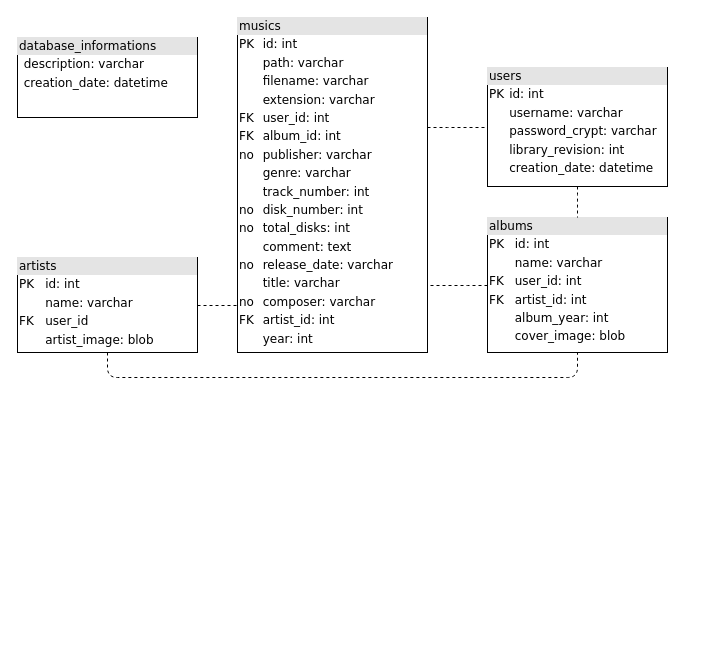
Before: diagrams/Database_structure.drawio in MUSIC-Ecosystem-Team/MUSIC-server, a draw.io diagram. Source tidied: cells renumbered, new cells numbered last; positions are measured from the earlier drawing's top-left corner, leaving out a move shared by most shapes. Both pictures are drawn from the tidied source at 100%, with x=0, y=0 at pixel (17, 17).
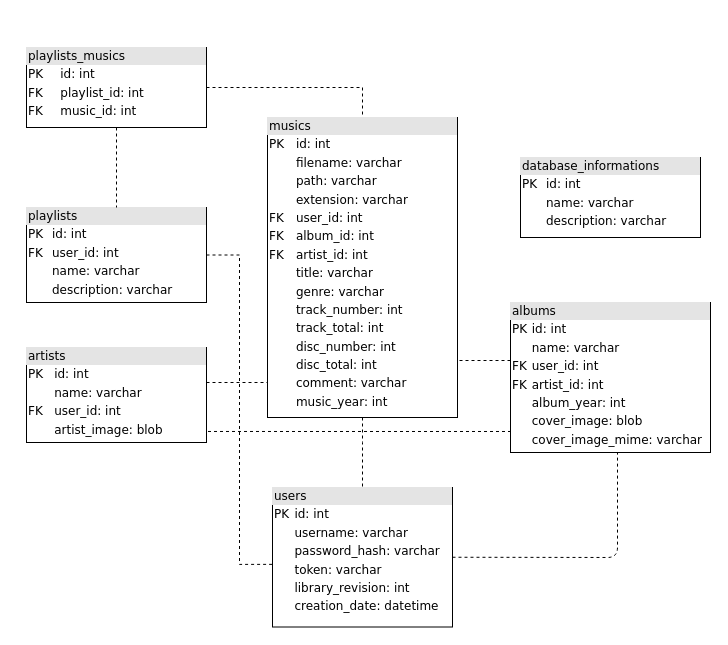
Above is the later version.

Commit message (it also covers changes not shown here):
updated database diagram

The edit, as a diff of the source:
```diff
@@
-    <mxCell id="2" value="&lt;div style=&quot;box-sizing: border-box ; width: 100% ; background: #e4e4e4 ; padding: 2px&quot;&gt;users&lt;/div&gt;&lt;table style=&quot;width: 100% ; font-size: 1em&quot; cellpadding=&quot;2&quot; cellspacing=&quot;0&quot;&gt;&lt;tbody&gt;&lt;tr&gt;&lt;td&gt;PK&lt;/td&gt;&lt;td&gt;id: int&lt;/td&gt;&lt;/tr&gt;&lt;tr&gt;&lt;td&gt;&lt;br&gt;&lt;/td&gt;&lt;td&gt;username: varchar&lt;/td&gt;&lt;/tr&gt;&lt;tr&gt;&lt;td&gt;&lt;/td&gt;&lt;td&gt;password_crypt: varchar&lt;/td&gt;&lt;/tr&gt;&lt;tr&gt;&lt;td&gt;&lt;br&gt;&lt;/td&gt;&lt;td&gt;library_revision: int&lt;/td&gt;&lt;/tr&gt;&lt;tr&gt;&lt;td&gt;&lt;br&gt;&lt;/td&gt;&lt;td&gt;creation_date: datetime&lt;/td&gt;&lt;/tr&gt;&lt;/tbody&gt;&lt;/table&gt;" style="verticalAlign=top;align=left;overflow=fill;html=1;rounded=0;shadow=0;comic=0;labelBackgroundColor=none;strokeWidth=1;fontFamily=Verdana;fontSize=12;" parent="1" vertex="1">
-      <mxGeometry x="470" y="50" width="180" height="119" as="geometry" />
+    <mxCell id="2" value="&lt;div style=&quot;box-sizing: border-box ; width: 100% ; background: #e4e4e4 ; padding: 2px&quot;&gt;users&lt;/div&gt;&lt;table style=&quot;width: 100% ; font-size: 1em&quot; cellpadding=&quot;2&quot; cellspacing=&quot;0&quot;&gt;&lt;tbody&gt;&lt;tr&gt;&lt;td&gt;PK&lt;/td&gt;&lt;td&gt;id: int&lt;/td&gt;&lt;/tr&gt;&lt;tr&gt;&lt;td&gt;&lt;br&gt;&lt;/td&gt;&lt;td&gt;username: varchar&lt;/td&gt;&lt;/tr&gt;&lt;tr&gt;&lt;td&gt;&lt;/td&gt;&lt;td&gt;password_hash: varchar&lt;br&gt;&lt;/td&gt;&lt;/tr&gt;&lt;tr&gt;&lt;td&gt;&lt;br&gt;&lt;/td&gt;&lt;td&gt;token: varchar&lt;/td&gt;&lt;/tr&gt;&lt;tr&gt;&lt;td&gt;&lt;br&gt;&lt;/td&gt;&lt;td&gt;library_revision: int&lt;/td&gt;&lt;/tr&gt;&lt;tr&gt;&lt;td&gt;&lt;br&gt;&lt;/td&gt;&lt;td&gt;creation_date: datetime&lt;/td&gt;&lt;/tr&gt;&lt;/tbody&gt;&lt;/table&gt;" style="verticalAlign=top;align=left;overflow=fill;html=1;rounded=0;shadow=0;comic=0;labelBackgroundColor=none;strokeWidth=1;fontFamily=Verdana;fontSize=12;" parent="1" vertex="1">
+      <mxGeometry x="255" y="470" width="180" height="139.5" as="geometry" />
     </mxCell>
-    <mxCell id="3" value="&lt;div style=&quot;box-sizing: border-box ; width: 100% ; background: #e4e4e4 ; padding: 2px&quot;&gt;musics&lt;/div&gt;&lt;table style=&quot;width: 100% ; font-size: 1em&quot; cellpadding=&quot;2&quot; cellspacing=&quot;0&quot;&gt;&lt;tbody&gt;&lt;tr&gt;&lt;td&gt;PK&lt;/td&gt;&lt;td&gt;id: int&lt;/td&gt;&lt;/tr&gt;&lt;tr&gt;&lt;td&gt;&lt;br&gt;&lt;/td&gt;&lt;td&gt;path: varchar&lt;/td&gt;&lt;/tr&gt;&lt;tr&gt;&lt;td&gt;&lt;br&gt;&lt;/td&gt;&lt;td&gt;filename: varchar&lt;/td&gt;&lt;/tr&gt;&lt;tr&gt;&lt;td&gt;&lt;br&gt;&lt;/td&gt;&lt;td&gt;extension: varchar&lt;/td&gt;&lt;/tr&gt;&lt;tr&gt;&lt;td&gt;FK&lt;/td&gt;&lt;td&gt;user_id: int&lt;/td&gt;&lt;/tr&gt;&lt;tr&gt;&lt;td&gt;FK&lt;/td&gt;&lt;td&gt;album_id: int&lt;br&gt;&lt;/td&gt;&lt;/tr&gt;&lt;tr&gt;&lt;td&gt;no&lt;/td&gt;&lt;td&gt;publisher: varchar&lt;br&gt;&lt;/td&gt;&lt;/tr&gt;&lt;tr&gt;&lt;td&gt;&lt;br&gt;&lt;/td&gt;&lt;td&gt;genre: varchar&lt;br&gt;&lt;/td&gt;&lt;/tr&gt;&lt;tr&gt;&lt;td&gt;&lt;br&gt;&lt;/td&gt;&lt;td&gt;track_number: int&lt;br&gt;&lt;/td&gt;&lt;/tr&gt;&lt;tr&gt;&lt;td&gt;no&lt;/td&gt;&lt;td&gt;disk_number: int&lt;/td&gt;&lt;/tr&gt;&lt;tr&gt;&lt;td&gt;no&lt;/td&gt;&lt;td&gt;total_disks: int&lt;br&gt;&lt;/td&gt;&lt;/tr&gt;&lt;tr&gt;&lt;td&gt;&lt;br&gt;&lt;/td&gt;&lt;td&gt;comment: text&lt;/td&gt;&lt;/tr&gt;&lt;tr&gt;&lt;td&gt;no&lt;/td&gt;&lt;td&gt;release_date: varchar&lt;/td&gt;&lt;/tr&gt;&lt;tr&gt;&lt;td&gt;&lt;br&gt;&lt;/td&gt;&lt;td&gt;title: varchar&lt;br&gt;&lt;/td&gt;&lt;/tr&gt;&lt;tr&gt;&lt;td&gt;no&lt;/td&gt;&lt;td&gt;composer: varchar&lt;/td&gt;&lt;/tr&gt;&lt;tr&gt;&lt;td&gt;FK&lt;/td&gt;&lt;td&gt;artist_id: int&lt;/td&gt;&lt;/tr&gt;&lt;tr&gt;&lt;td&gt;&lt;br&gt;&lt;/td&gt;&lt;td&gt;year: int&lt;/td&gt;&lt;/tr&gt;&lt;/tbody&gt;&lt;/table&gt;" style="verticalAlign=top;align=left;overflow=fill;html=1;rounded=0;shadow=0;comic=0;labelBackgroundColor=none;strokeWidth=1;fontFamily=Verdana;fontSize=12;" parent="1" vertex="1">
-      <mxGeometry x="220" width="190" height="335" as="geometry" />
+    <mxCell id="3" value="&lt;div style=&quot;box-sizing: border-box ; width: 100% ; background: #e4e4e4 ; padding: 2px&quot;&gt;musics&lt;/div&gt;&lt;table style=&quot;width: 100% ; font-size: 1em&quot; cellpadding=&quot;2&quot; cellspacing=&quot;0&quot;&gt;&lt;tbody&gt;&lt;tr&gt;&lt;td&gt;PK&lt;/td&gt;&lt;td&gt;id: int&lt;/td&gt;&lt;/tr&gt;&lt;tr&gt;&lt;td&gt;&lt;br&gt;&lt;/td&gt;&lt;td&gt;filename: varchar&lt;/td&gt;&lt;/tr&gt;&lt;tr&gt;&lt;td&gt;&lt;br&gt;&lt;/td&gt;&lt;td&gt;path: varchar&lt;/td&gt;&lt;/tr&gt;&lt;tr&gt;&lt;td&gt;&lt;br&gt;&lt;/td&gt;&lt;td&gt;extension: varchar&lt;/td&gt;&lt;/tr&gt;&lt;tr&gt;&lt;td&gt;FK&lt;/td&gt;&lt;td&gt;user_id: int&lt;/td&gt;&lt;/tr&gt;&lt;tr&gt;&lt;td&gt;FK&lt;/td&gt;&lt;td&gt;album_id: int&lt;br&gt;&lt;/td&gt;&lt;/tr&gt;&lt;tr&gt;&lt;td&gt;FK&lt;/td&gt;&lt;td&gt;artist_id: int&lt;br&gt;&lt;/td&gt;&lt;/tr&gt;&lt;tr&gt;&lt;td&gt;&lt;br&gt;&lt;/td&gt;&lt;td&gt;title: varchar&lt;br&gt;&lt;/td&gt;&lt;/tr&gt;&lt;tr&gt;&lt;td&gt;&lt;br&gt;&lt;/td&gt;&lt;td&gt;genre: varchar&lt;br&gt;&lt;/td&gt;&lt;/tr&gt;&lt;tr&gt;&lt;td&gt;&lt;br&gt;&lt;/td&gt;&lt;td&gt;track_number: int&lt;/td&gt;&lt;/tr&gt;&lt;tr&gt;&lt;td&gt;&lt;br&gt;&lt;/td&gt;&lt;td&gt;track_total: int&lt;br&gt;&lt;/td&gt;&lt;/tr&gt;&lt;tr&gt;&lt;td&gt;&lt;br&gt;&lt;/td&gt;&lt;td&gt;disc_number: int&lt;/td&gt;&lt;/tr&gt;&lt;tr&gt;&lt;td&gt;&lt;br&gt;&lt;/td&gt;&lt;td&gt;disc_total: int&lt;/td&gt;&lt;/tr&gt;&lt;tr&gt;&lt;td&gt;&lt;br&gt;&lt;/td&gt;&lt;td&gt;comment: varchar&lt;/td&gt;&lt;/tr&gt;&lt;tr&gt;&lt;td&gt;&lt;br&gt;&lt;/td&gt;&lt;td&gt;music_year: int&lt;/td&gt;&lt;/tr&gt;&lt;tr&gt;&lt;td&gt;&lt;/td&gt;&lt;td&gt;&lt;br&gt;&lt;/td&gt;&lt;/tr&gt;&lt;/tbody&gt;&lt;/table&gt;" style="verticalAlign=top;align=left;overflow=fill;html=1;rounded=0;shadow=0;comic=0;labelBackgroundColor=none;strokeWidth=1;fontFamily=Verdana;fontSize=12;" parent="1" vertex="1">
+      <mxGeometry x="250" y="100" width="190" height="300" as="geometry" />
     </mxCell>
+    <mxCell id="12" style="edgeStyle=orthogonalEdgeStyle;rounded=0;jettySize=auto;html=1;exitX=0;exitY=0.75;exitDx=0;exitDy=0;entryX=1;entryY=0.884;entryDx=0;entryDy=0;entryPerimeter=0;dashed=1;endArrow=none;endFill=0;" parent="1" edge="1" source="4" target="8">
+      <mxGeometry relative="1" as="geometry">
+        <Array as="points">
+          <mxPoint x="500" y="414" />
+        </Array>
+      </mxGeometry>
+    </mxCell>
-    <mxCell id="4" value="&lt;div style=&quot;box-sizing: border-box ; width: 100% ; background: #e4e4e4 ; padding: 2px&quot;&gt;albums&lt;/div&gt;&lt;table style=&quot;width: 100% ; font-size: 1em&quot; cellpadding=&quot;2&quot; cellspacing=&quot;0&quot;&gt;&lt;tbody&gt;&lt;tr&gt;&lt;td&gt;PK&lt;/td&gt;&lt;td&gt;id: int&lt;/td&gt;&lt;/tr&gt;&lt;tr&gt;&lt;td&gt;&lt;br&gt;&lt;/td&gt;&lt;td&gt;name: varchar&lt;/td&gt;&lt;/tr&gt;&lt;tr&gt;&lt;td&gt;FK&lt;/td&gt;&lt;td&gt;user_id: int&lt;/td&gt;&lt;/tr&gt;&lt;tr&gt;&lt;td&gt;FK&lt;/td&gt;&lt;td&gt;artist_id: int&lt;/td&gt;&lt;/tr&gt;&lt;tr&gt;&lt;td&gt;&lt;br&gt;&lt;/td&gt;&lt;td&gt;album_year: int&lt;/td&gt;&lt;/tr&gt;&lt;tr&gt;&lt;td&gt;&lt;br&gt;&lt;/td&gt;&lt;td&gt;cover_image: blob&lt;/td&gt;&lt;/tr&gt;&lt;/tbody&gt;&lt;/table&gt;" style="verticalAlign=top;align=left;overflow=fill;html=1;rounded=0;shadow=0;comic=0;labelBackgroundColor=none;strokeWidth=1;fontFamily=Verdana;fontSize=12;" parent="1" vertex="1">
-      <mxGeometry x="470" y="200" width="180" height="135" as="geometry" />
+    <mxCell id="4" value="&lt;div style=&quot;box-sizing: border-box ; width: 100% ; background: #e4e4e4 ; padding: 2px&quot;&gt;albums&lt;/div&gt;&lt;table style=&quot;width: 100% ; font-size: 1em&quot; cellpadding=&quot;2&quot; cellspacing=&quot;0&quot;&gt;&lt;tbody&gt;&lt;tr&gt;&lt;td&gt;PK&lt;/td&gt;&lt;td&gt;id: int&lt;/td&gt;&lt;/tr&gt;&lt;tr&gt;&lt;td&gt;&lt;br&gt;&lt;/td&gt;&lt;td&gt;name: varchar&lt;/td&gt;&lt;/tr&gt;&lt;tr&gt;&lt;td&gt;FK&lt;/td&gt;&lt;td&gt;user_id: int&lt;/td&gt;&lt;/tr&gt;&lt;tr&gt;&lt;td&gt;FK&lt;/td&gt;&lt;td&gt;artist_id: int&lt;/td&gt;&lt;/tr&gt;&lt;tr&gt;&lt;td&gt;&lt;br&gt;&lt;/td&gt;&lt;td&gt;album_year: int&lt;/td&gt;&lt;/tr&gt;&lt;tr&gt;&lt;td&gt;&lt;br&gt;&lt;/td&gt;&lt;td&gt;cover_image: blob&lt;/td&gt;&lt;/tr&gt;&lt;tr&gt;&lt;td&gt;&lt;br&gt;&lt;/td&gt;&lt;td&gt;cover_image_mime: varchar&lt;/td&gt;&lt;/tr&gt;&lt;/tbody&gt;&lt;/table&gt;" style="verticalAlign=top;align=left;overflow=fill;html=1;rounded=0;shadow=0;comic=0;labelBackgroundColor=none;strokeWidth=1;fontFamily=Verdana;fontSize=12;" parent="1" vertex="1">
+      <mxGeometry x="493" y="285" width="200" height="150" as="geometry" />
     </mxCell>
@@
-    <mxCell id="7" value="&lt;div style=&quot;box-sizing: border-box ; width: 100% ; background: #e4e4e4 ; padding: 2px&quot;&gt;database_informations&lt;/div&gt;&lt;table style=&quot;width: 100% ; font-size: 1em&quot; cellpadding=&quot;2&quot; cellspacing=&quot;0&quot;&gt;&lt;tbody&gt;&lt;tr&gt;&lt;td&gt;&lt;br&gt;&lt;/td&gt;&lt;td&gt;description: varchar&lt;/td&gt;&lt;/tr&gt;&lt;tr&gt;&lt;td&gt;&lt;br&gt;&lt;/td&gt;&lt;td&gt;creation_date: datetime&lt;/td&gt;&lt;/tr&gt;&lt;/tbody&gt;&lt;/table&gt;" style="verticalAlign=top;align=left;overflow=fill;html=1;rounded=0;shadow=0;comic=0;labelBackgroundColor=none;strokeWidth=1;fontFamily=Verdana;fontSize=12;" parent="1" vertex="1">
-      <mxGeometry y="20" width="180" height="80" as="geometry" />
-    </mxCell>
-    <mxCell id="8" value="&lt;div style=&quot;box-sizing: border-box ; width: 100% ; background: #e4e4e4 ; padding: 2px&quot;&gt;artists&lt;/div&gt;&lt;table style=&quot;width: 100% ; font-size: 1em&quot; cellpadding=&quot;2&quot; cellspacing=&quot;0&quot;&gt;&lt;tbody&gt;&lt;tr&gt;&lt;td&gt;PK&lt;/td&gt;&lt;td&gt;id: int&lt;/td&gt;&lt;/tr&gt;&lt;tr&gt;&lt;td&gt;&lt;br&gt;&lt;/td&gt;&lt;td&gt;name: varchar&lt;br&gt;&lt;/td&gt;&lt;/tr&gt;&lt;tr&gt;&lt;td&gt;FK&lt;/td&gt;&lt;td&gt;user_id&lt;/td&gt;&lt;/tr&gt;&lt;tr&gt;&lt;td&gt;&lt;br&gt;&lt;/td&gt;&lt;td&gt;artist_image: blob&lt;/td&gt;&lt;/tr&gt;&lt;/tbody&gt;&lt;/table&gt;" style="verticalAlign=top;align=left;overflow=fill;html=1;rounded=0;shadow=0;comic=0;labelBackgroundColor=none;strokeWidth=1;fontFamily=Verdana;fontSize=12;" parent="1" vertex="1">
-      <mxGeometry y="240" width="180" height="95" as="geometry" />
+    <mxCell id="8" value="&lt;div style=&quot;box-sizing: border-box ; width: 100% ; background: #e4e4e4 ; padding: 2px&quot;&gt;artists&lt;/div&gt;&lt;table style=&quot;width: 100% ; font-size: 1em&quot; cellpadding=&quot;2&quot; cellspacing=&quot;0&quot;&gt;&lt;tbody&gt;&lt;tr&gt;&lt;td&gt;PK&lt;/td&gt;&lt;td&gt;id: int&lt;/td&gt;&lt;/tr&gt;&lt;tr&gt;&lt;td&gt;&lt;br&gt;&lt;/td&gt;&lt;td&gt;name: varchar&lt;br&gt;&lt;/td&gt;&lt;/tr&gt;&lt;tr&gt;&lt;td&gt;FK&lt;/td&gt;&lt;td&gt;user_id: int&lt;/td&gt;&lt;/tr&gt;&lt;tr&gt;&lt;td&gt;&lt;br&gt;&lt;/td&gt;&lt;td&gt;artist_image: blob&lt;/td&gt;&lt;/tr&gt;&lt;/tbody&gt;&lt;/table&gt;" style="verticalAlign=top;align=left;overflow=fill;html=1;rounded=0;shadow=0;comic=0;labelBackgroundColor=none;strokeWidth=1;fontFamily=Verdana;fontSize=12;" parent="1" vertex="1">
+      <mxGeometry x="9" y="330" width="180" height="95" as="geometry" />
     </mxCell>
@@
-    <mxCell id="10" style="endArrow=none;dashed=1;html=1;strokeWidth=1;edgeStyle=elbowEdgeStyle;elbow=vertical;" parent="1" edge="1" source="8" target="4">
-      <mxGeometry relative="1" as="geometry">
-        <Array as="points">
-          <mxPoint x="320" y="360" />
-        </Array>
-      </mxGeometry>
-    </mxCell>
-    <mxCell id="11" style="endArrow=none;dashed=1;html=1;edgeStyle=elbowEdgeStyle;elbow=vertical;" parent="1" edge="1" source="2" target="4">
-      <mxGeometry relative="1" as="geometry" />
+    <mxCell id="11" style="endArrow=none;dashed=1;html=1;edgeStyle=elbowEdgeStyle;elbow=vertical;exitX=1;exitY=0.5;exitDx=0;exitDy=0;" parent="1" edge="1" source="2" target="4">
+      <mxGeometry relative="1" as="geometry">
+        <Array as="points">
+          <mxPoint x="600" y="540" />
+          <mxPoint x="610" y="540" />
+          <mxPoint x="530" y="530" />
+        </Array>
+      </mxGeometry>
     </mxCell>
+    <mxCell id="13" value="&lt;div style=&quot;box-sizing: border-box ; width: 100% ; background: #e4e4e4 ; padding: 2px&quot;&gt;database_informations&lt;br&gt;&lt;/div&gt;&lt;table style=&quot;width: 100% ; font-size: 1em&quot; cellpadding=&quot;2&quot; cellspacing=&quot;0&quot;&gt;&lt;tbody&gt;&lt;tr&gt;&lt;td&gt;PK&lt;/td&gt;&lt;td&gt;id: int&lt;/td&gt;&lt;/tr&gt;&lt;tr&gt;&lt;td&gt;&lt;br&gt;&lt;/td&gt;&lt;td&gt;name: varchar&lt;br&gt;&lt;/td&gt;&lt;/tr&gt;&lt;tr&gt;&lt;td&gt;&lt;br&gt;&lt;/td&gt;&lt;td&gt;description: varchar&lt;br&gt;&lt;/td&gt;&lt;/tr&gt;&lt;/tbody&gt;&lt;/table&gt;" style="verticalAlign=top;align=left;overflow=fill;html=1;rounded=0;shadow=0;comic=0;labelBackgroundColor=none;strokeWidth=1;fontFamily=Verdana;fontSize=12;" parent="1" vertex="1">
+      <mxGeometry x="503" y="140" width="180" height="80" as="geometry" />
+    </mxCell>
+    <mxCell id="14" style="edgeStyle=orthogonalEdgeStyle;rounded=0;jettySize=auto;html=1;exitX=1;exitY=0.5;exitDx=0;exitDy=0;entryX=0.003;entryY=0.551;entryDx=0;entryDy=0;entryPerimeter=0;dashed=1;endArrow=none;endFill=0;" parent="1" edge="1" source="15" target="2">
+      <mxGeometry relative="1" as="geometry" />
+    </mxCell>
+    <mxCell id="15" value="&lt;div style=&quot;box-sizing: border-box ; width: 100% ; background: #e4e4e4 ; padding: 2px&quot;&gt;playlists&lt;/div&gt;&lt;table style=&quot;width: 100% ; font-size: 1em&quot; cellpadding=&quot;2&quot; cellspacing=&quot;0&quot;&gt;&lt;tbody&gt;&lt;tr&gt;&lt;td&gt;PK&lt;/td&gt;&lt;td&gt;id: int&lt;/td&gt;&lt;/tr&gt;&lt;tr&gt;&lt;td&gt;FK&lt;/td&gt;&lt;td&gt;user_id: int&lt;br&gt;&lt;/td&gt;&lt;/tr&gt;&lt;tr&gt;&lt;td&gt;&lt;br&gt;&lt;/td&gt;&lt;td&gt;name: varchar&lt;/td&gt;&lt;/tr&gt;&lt;tr&gt;&lt;td&gt;&lt;br&gt;&lt;/td&gt;&lt;td&gt;description: varchar&lt;/td&gt;&lt;/tr&gt;&lt;/tbody&gt;&lt;/table&gt;" style="verticalAlign=top;align=left;overflow=fill;html=1;rounded=0;shadow=0;comic=0;labelBackgroundColor=none;strokeWidth=1;fontFamily=Verdana;fontSize=12;" parent="1" vertex="1">
+      <mxGeometry x="9" y="190" width="180" height="95" as="geometry" />
+    </mxCell>
+    <mxCell id="16" style="edgeStyle=orthogonalEdgeStyle;rounded=0;jettySize=auto;html=1;exitX=1;exitY=0.5;exitDx=0;exitDy=0;entryX=0.5;entryY=0;entryDx=0;entryDy=0;dashed=1;endArrow=none;endFill=0;" parent="1" edge="1" source="18" target="3">
+      <mxGeometry relative="1" as="geometry" />
+    </mxCell>
+    <mxCell id="17" style="edgeStyle=orthogonalEdgeStyle;rounded=0;jettySize=auto;html=1;exitX=0.5;exitY=1;exitDx=0;exitDy=0;entryX=0.5;entryY=0;entryDx=0;entryDy=0;dashed=1;endArrow=none;endFill=0;" parent="1" edge="1" source="18" target="15">
+      <mxGeometry relative="1" as="geometry" />
+    </mxCell>
+    <mxCell id="18" value="&lt;div style=&quot;box-sizing: border-box ; width: 100% ; background: #e4e4e4 ; padding: 2px&quot;&gt;playlists_musics&lt;/div&gt;&lt;table style=&quot;width: 100% ; font-size: 1em&quot; cellpadding=&quot;2&quot; cellspacing=&quot;0&quot;&gt;&lt;tbody&gt;&lt;tr&gt;&lt;td&gt;PK&lt;/td&gt;&lt;td&gt;id: int&lt;/td&gt;&lt;/tr&gt;&lt;tr&gt;&lt;td&gt;FK&lt;/td&gt;&lt;td&gt;playlist_id: int&lt;br&gt;&lt;/td&gt;&lt;/tr&gt;&lt;tr&gt;&lt;td&gt;FK&lt;/td&gt;&lt;td&gt;music_id: int&lt;/td&gt;&lt;/tr&gt;&lt;/tbody&gt;&lt;/table&gt;" style="verticalAlign=top;align=left;overflow=fill;html=1;rounded=0;shadow=0;comic=0;labelBackgroundColor=none;strokeWidth=1;fontFamily=Verdana;fontSize=12;" parent="1" vertex="1">
+      <mxGeometry x="9" y="30" width="180" height="80" as="geometry" />
+    </mxCell>
```
